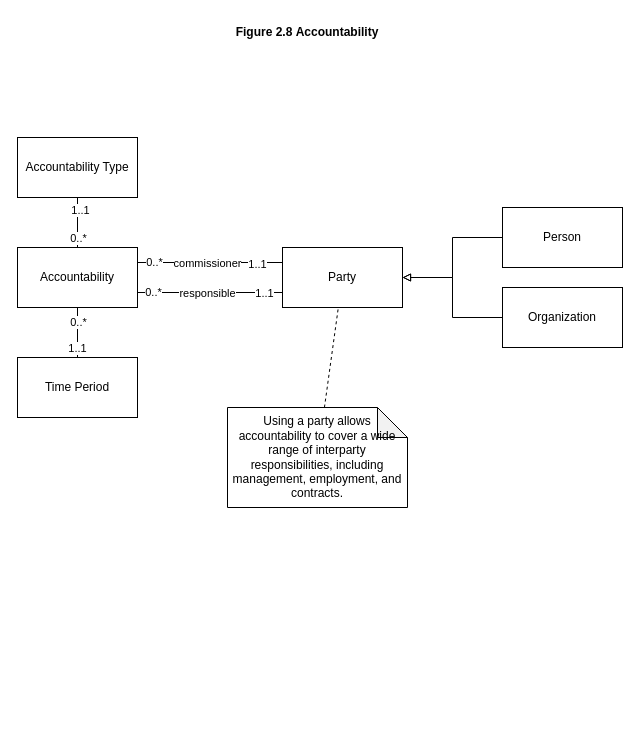
Above: analysis-patterns-2-8-Accountability.drawio in wubin28/analysis-patterns-diagrams-in-uml (draw.io), before the change. Source tidied: cells renumbered, new cells numbered last; positions are measured from the earlier drawing's top-left corner, leaving out a move shared by most shapes. Both pictures are drawn from the tidied source at 100%, with x=0, y=0 at pixel (17, 17).
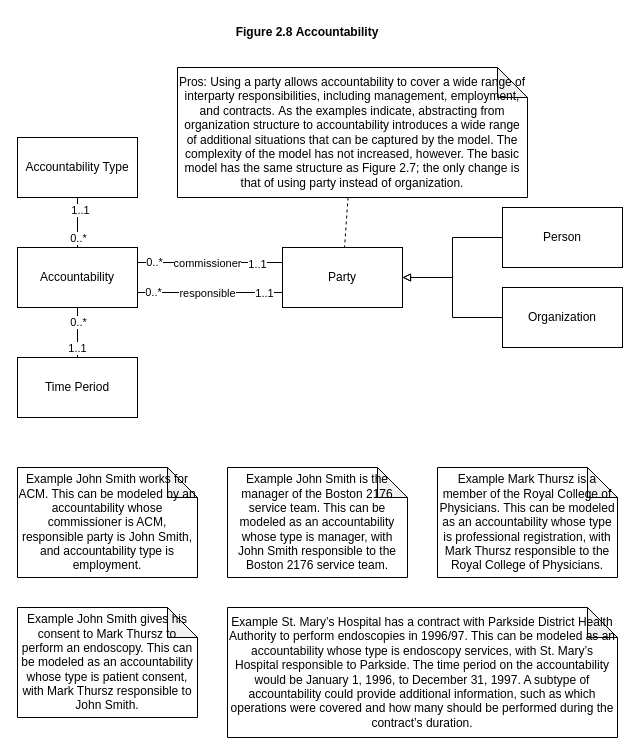
The same diagram, later.

Commit message:
refactor: add 5 examples for figure 2.8

Change to the diagram source:
```diff
@@
-    <mxCell id="25" value="Using a party allows accountability to cover a wide range of interparty responsibilities, including management, employment, and contracts." style="shape=note;whiteSpace=wrap;html=1;backgroundOutline=1;darkOpacity=0.05;" parent="1" vertex="1">
-      <mxGeometry x="210" y="390" width="180" height="100" as="geometry" />
+    <mxCell id="25" value="Pros: Using a party allows accountability to cover a wide range of interparty responsibilities, including management, employment, and contracts.&amp;nbsp;As the examples indicate, abstracting from organization structure to accountability introduces a wide range of additional situations that can be captured by the model. The complexity of the model has not increased, however. The basic model has the same structure as Figure 2.7; the only change is that of using party instead of organization." style="shape=note;whiteSpace=wrap;html=1;backgroundOutline=1;darkOpacity=0.05;" parent="1" vertex="1">
+      <mxGeometry x="160" y="50" width="350" height="130" as="geometry" />
     </mxCell>
@@
+    <mxCell id="27" value="Example John Smith works for ACM. This can be modeled by an accountability whose commissioner is ACM, responsible party is John Smith, and accountability type is employment." style="shape=note;whiteSpace=wrap;html=1;backgroundOutline=1;darkOpacity=0.05;" parent="1" vertex="1">
+      <mxGeometry y="450" width="180" height="110" as="geometry" />
+    </mxCell>
+    <mxCell id="28" value="Example John Smith is the manager of the Boston 2176 service team. This can be modeled as an accountability whose type is manager, with John Smith responsible to the Boston 2176 service team." style="shape=note;whiteSpace=wrap;html=1;backgroundOutline=1;darkOpacity=0.05;" parent="1" vertex="1">
+      <mxGeometry x="210" y="450" width="180" height="110" as="geometry" />
+    </mxCell>
+    <mxCell id="29" value="Example Mark Thursz is a member of the Royal College of Physicians. This can be modeled as an accountability whose type is professional registration, with Mark Thursz responsible to the Royal College of Physicians." style="shape=note;whiteSpace=wrap;html=1;backgroundOutline=1;darkOpacity=0.05;" parent="1" vertex="1">
+      <mxGeometry x="420" y="450" width="180" height="110" as="geometry" />
+    </mxCell>
+    <mxCell id="30" value="Example John Smith gives his consent to Mark Thursz to perform an endoscopy. This can be modeled as an accountability whose type is patient consent, with Mark Thursz responsible to John Smith." style="shape=note;whiteSpace=wrap;html=1;backgroundOutline=1;darkOpacity=0.05;" parent="1" vertex="1">
+      <mxGeometry y="590" width="180" height="110" as="geometry" />
+    </mxCell>
+    <mxCell id="31" value="Example St. Mary’s Hospital has a contract with Parkside District Health Authority to perform endoscopies in 1996/97. This can be modeled as an accountability whose type is endoscopy services, with St. Mary’s Hospital responsible to Parkside. The time period on the accountability would be January 1, 1996, to December 31, 1997. A subtype of accountability could provide additional information, such as which operations were covered and how many should be performed during the contract’s duration." style="shape=note;whiteSpace=wrap;html=1;backgroundOutline=1;darkOpacity=0.05;" parent="1" vertex="1">
+      <mxGeometry x="210" y="590" width="390" height="130" as="geometry" />
+    </mxCell>
```
